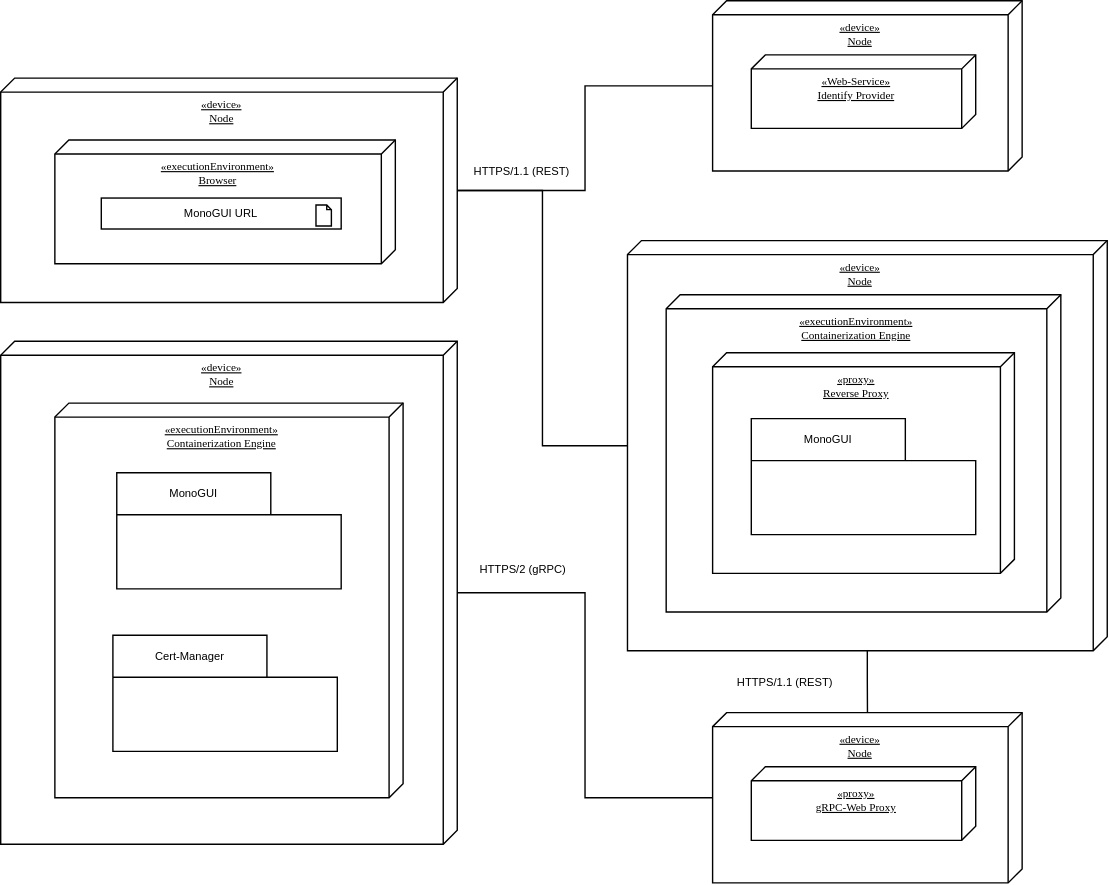
HaniAlshikh/bachelor-thesis keeps this draw.io diagram as src/template_thesis/diagrams/deployment_view.drawio.svg. Above is the earlier version. Source tidied: cells renumbered, new cells last; positions are measured from the earlier drawing's top-left corner, leaving out a move shared by most shapes.
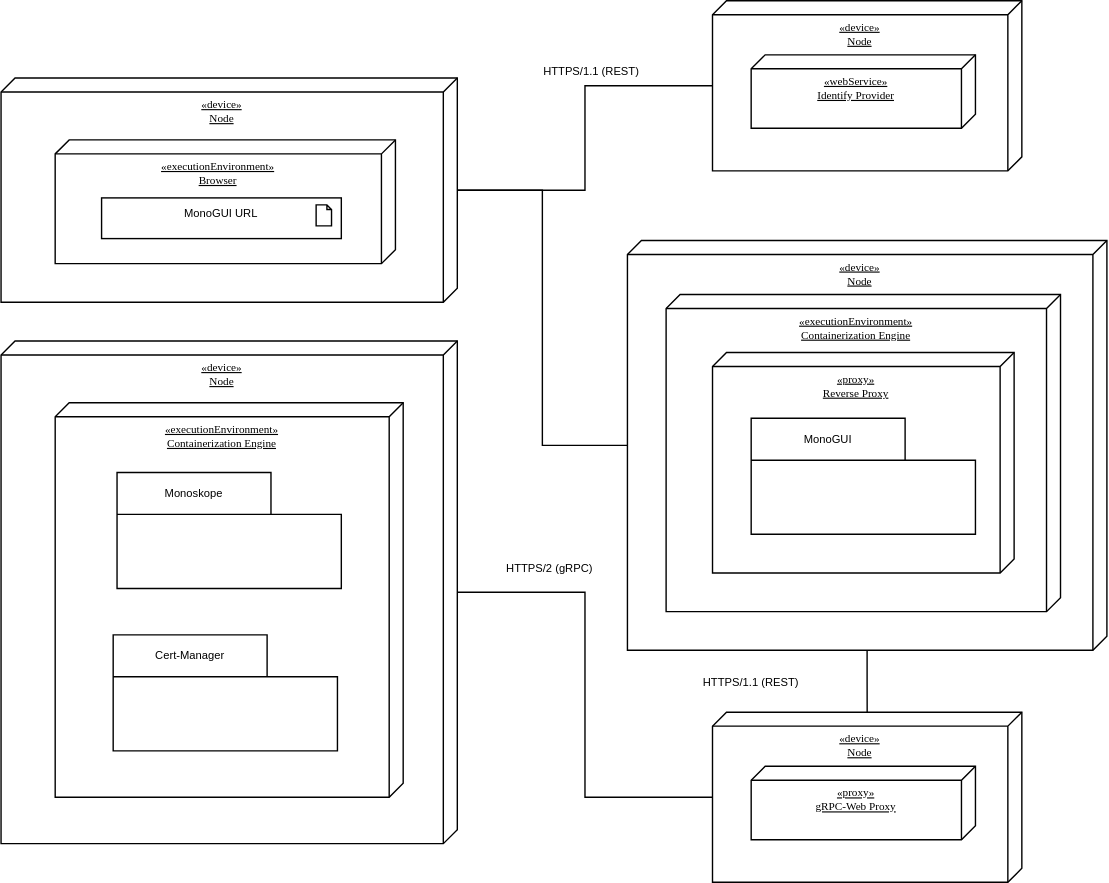
Later version of the same file.

Diff of the diagram source:
```diff
@@ -19,7 +19,7 @@
     </mxCell>
     <mxCell id="7" value="HTTPS/1.1 (REST)" style="edgeLabel;align=center;verticalAlign=middle;fontSize=8;fontFamily=Helvetica;fontColor=default;" parent="6" vertex="1">
       <mxGeometry x="-0.22" y="1" relative="1" as="geometry">
-        <mxPoint x="-16" y="-72" as="offset" />
+        <mxPoint x="34" y="-143" as="offset" />
       </mxGeometry>
     </mxCell>
     <mxCell id="8" value="«device»&#10;Node" style="verticalAlign=top;align=center;spacingTop=8;spacingLeft=2;spacingRight=12;shape=cube;size=10;direction=south;fontStyle=4;rounded=0;shadow=0;comic=0;labelBackgroundColor=none;strokeWidth=1;fontFamily=Verdana;fontSize=8;" parent="1" vertex="1">
@@ -29,7 +29,7 @@
       <mxGeometry x="38.7" y="99.5" width="243.2" height="88.4" as="geometry" />
     </mxCell>
     <mxCell id="10" value="MonoGUI URL" style="shape=mxgraph.archimate3.application;appType=artifact;archiType=square;strokeWidth=1;verticalAlign=top;fontSize=8;" parent="1" vertex="1">
-      <mxGeometry x="71.8" y="140.9" width="171.3" height="22.1" as="geometry" />
+      <mxGeometry x="71.8" y="140.9" width="171.3" height="29.1" as="geometry" />
     </mxCell>
     <mxCell id="11" value="«device»&#10;Node" style="verticalAlign=top;align=center;spacingTop=8;spacingLeft=2;spacingRight=12;shape=cube;size=10;direction=south;fontStyle=4;rounded=0;shadow=0;comic=0;labelBackgroundColor=none;strokeWidth=1;fontFamily=Verdana;fontSize=8;" parent="1" vertex="1">
       <mxGeometry x="508.4" y="508.4" width="221.1" height="121.6" as="geometry" />
@@ -39,7 +39,7 @@
     </mxCell>
     <mxCell id="13" value="HTTPS/1.1 (REST)" style="edgeLabel;align=center;verticalAlign=middle;fontSize=8;fontFamily=Helvetica;fontColor=default;" parent="12" vertex="1">
       <mxGeometry x="-0.07" y="3" relative="1" as="geometry">
-        <mxPoint x="-62" y="2" as="offset" />
+        <mxPoint x="-86" y="2" as="offset" />
       </mxGeometry>
     </mxCell>
     <mxCell id="14" value="«proxy»&#10;gRPC-Web Proxy" style="verticalAlign=top;align=center;spacingTop=8;spacingLeft=2;spacingRight=12;shape=cube;size=10;direction=south;fontStyle=4;rounded=0;shadow=0;comic=0;labelBackgroundColor=none;strokeWidth=1;fontFamily=Verdana;fontSize=8;" parent="1" vertex="1">
@@ -54,7 +54,7 @@
     <mxCell id="17" value="«executionEnvironment»&#10;Containerization Engine" style="verticalAlign=top;align=center;spacingTop=8;spacingLeft=2;spacingRight=12;shape=cube;size=10;direction=south;fontStyle=4;rounded=0;shadow=0;comic=0;labelBackgroundColor=none;strokeWidth=1;fontFamily=Verdana;fontSize=8;" parent="1" vertex="1">
       <mxGeometry x="38.7" y="287.4" width="248.7" height="281.8" as="geometry" />
     </mxCell>
-    <mxCell id="18" value="MonoGUI" style="shape=folder;fontStyle=0;tabWidth=110;tabHeight=30;tabPosition=left;boundedLbl=1;labelInHeader=1;strokeWidth=1;fontSize=8;" parent="1" vertex="1">
+    <mxCell id="18" value="Monoskope" style="shape=folder;fontStyle=0;tabWidth=110;tabHeight=30;tabPosition=left;boundedLbl=1;labelInHeader=1;strokeWidth=1;fontSize=8;" parent="1" vertex="1">
       <mxGeometry x="82.9" y="337.1" width="160.3" height="82.9" as="geometry" />
     </mxCell>
     <mxCell id="19" value="Cert-Manager" style="shape=folder;fontStyle=0;tabWidth=110;tabHeight=30;tabPosition=left;boundedLbl=1;labelInHeader=1;strokeWidth=1;fontSize=8;" parent="1" vertex="1">
@@ -66,11 +66,11 @@
     <mxCell id="21" style="edgeStyle=orthogonalEdgeStyle;shape=connector;rounded=0;labelBackgroundColor=default;strokeColor=default;strokeWidth=1;fontFamily=Helvetica;fontSize=8;fontColor=default;endArrow=none;endFill=0;" parent="1" edge="1" source="8" target="20">
       <mxGeometry relative="1" as="geometry" />
     </mxCell>
-    <mxCell id="22" value="«Web-Service»&#10;Identify Provider" style="verticalAlign=top;align=center;spacingTop=8;spacingLeft=2;spacingRight=12;shape=cube;size=10;direction=south;fontStyle=4;rounded=0;shadow=0;comic=0;labelBackgroundColor=none;strokeWidth=1;fontFamily=Verdana;fontSize=8;" parent="1" vertex="1">
+    <mxCell id="22" value="«webService»&#10;Identify Provider" style="verticalAlign=top;align=center;spacingTop=8;spacingLeft=2;spacingRight=12;shape=cube;size=10;direction=south;fontStyle=4;rounded=0;shadow=0;comic=0;labelBackgroundColor=none;strokeWidth=1;fontFamily=Verdana;fontSize=8;" parent="1" vertex="1">
       <mxGeometry x="536.1" y="38.7" width="160.3" height="52.5" as="geometry" />
     </mxCell>
     <mxCell id="23" value="HTTPS/2 (gRPC)" style="edgeLabel;align=center;verticalAlign=middle;fontSize=8;fontFamily=Helvetica;fontColor=default;" parent="1" vertex="1">
-      <mxGeometry x="362.7" y="401.8" as="geometry">
+      <mxGeometry x="382" y="401.8" as="geometry">
         <mxPoint x="10" y="4" as="offset" />
       </mxGeometry>
     </mxCell>
```
